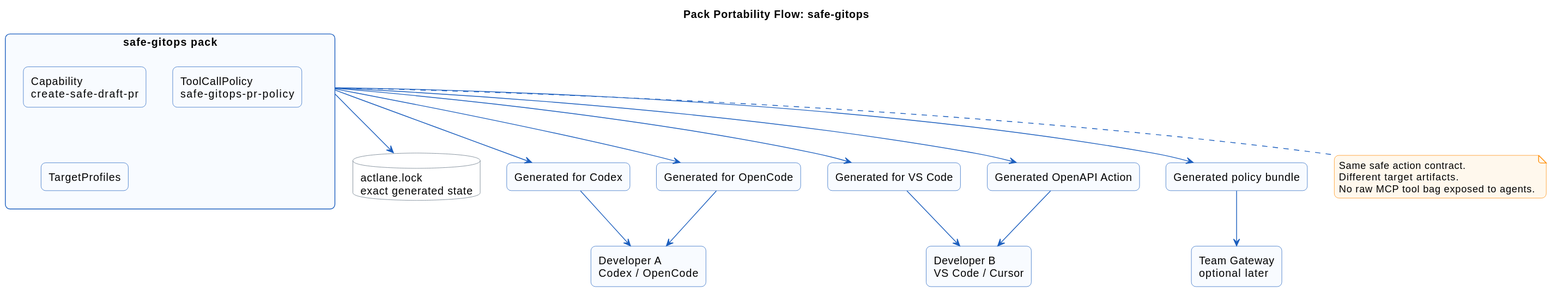
Before: diagrams/svg/pack-portability-flow.svg, a diagram exported from PlantUML (bakaut/actlane).
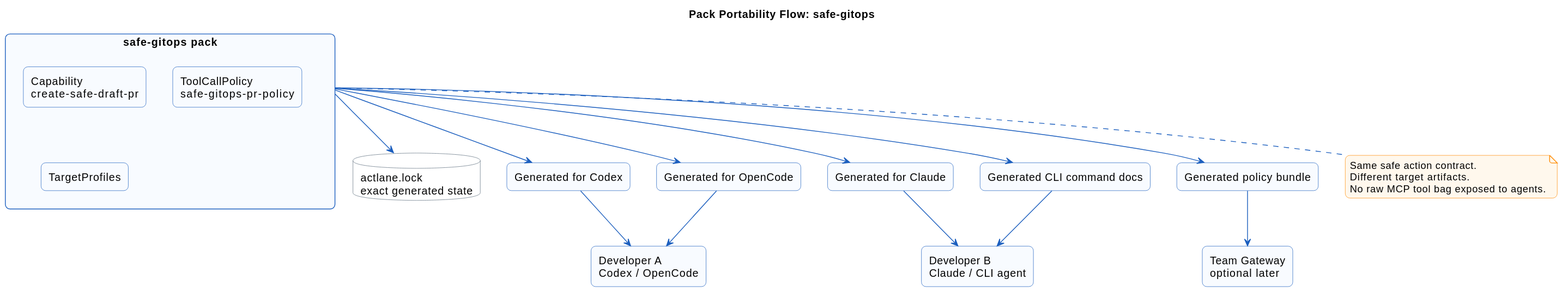
After the change.

What changed in the source:
```diff
@@ -21,26 +21,26 @@
 database "actlane.lock\nexact generated state" as lock
 
 rectangle "Developer A\nCodex / OpenCode" as devA
-rectangle "Developer B\nVS Code / Cursor" as devB
+rectangle "Developer B\nClaude / CLI agent" as devB
 rectangle "Team Gateway\noptional later" as gateway
 
 rectangle "Generated for Codex" as codex
 rectangle "Generated for OpenCode" as opencode
-rectangle "Generated for VS Code" as vscode
-rectangle "Generated OpenAPI Action" as customgpt
+rectangle "Generated for Claude" as claude
+rectangle "Generated CLI command docs" as cli
 rectangle "Generated policy bundle" as bundle
 
 pack --> codex
 pack --> opencode
-pack --> vscode
-pack --> customgpt
+pack --> claude
+pack --> cli
 pack --> bundle
 pack --> lock
 
 codex --> devA
 opencode --> devA
-vscode --> devB
-customgpt --> devB
+claude --> devB
+cli --> devB
 bundle --> gateway
 
 note bottom of pack
```
